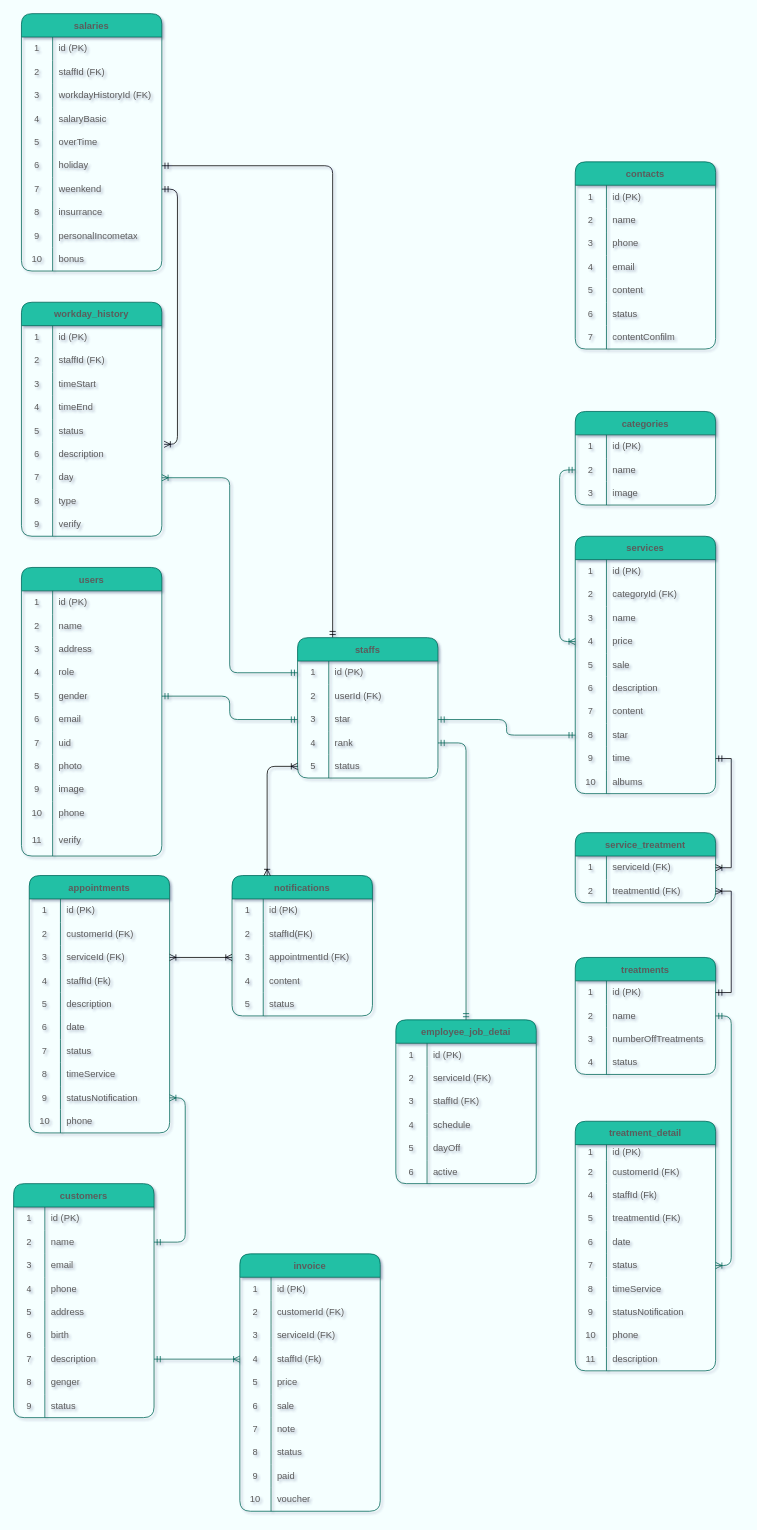
Before: Diagram.drawio in Jarvis219/DATN_SERVER, a draw.io diagram. Source tidied: cells renumbered, new cells numbered last; positions are measured from the earlier drawing's top-left corner, leaving out a move shared by most shapes. Both pictures are drawn from the tidied source at 78%, with x=0, y=0 at pixel (13, 13).
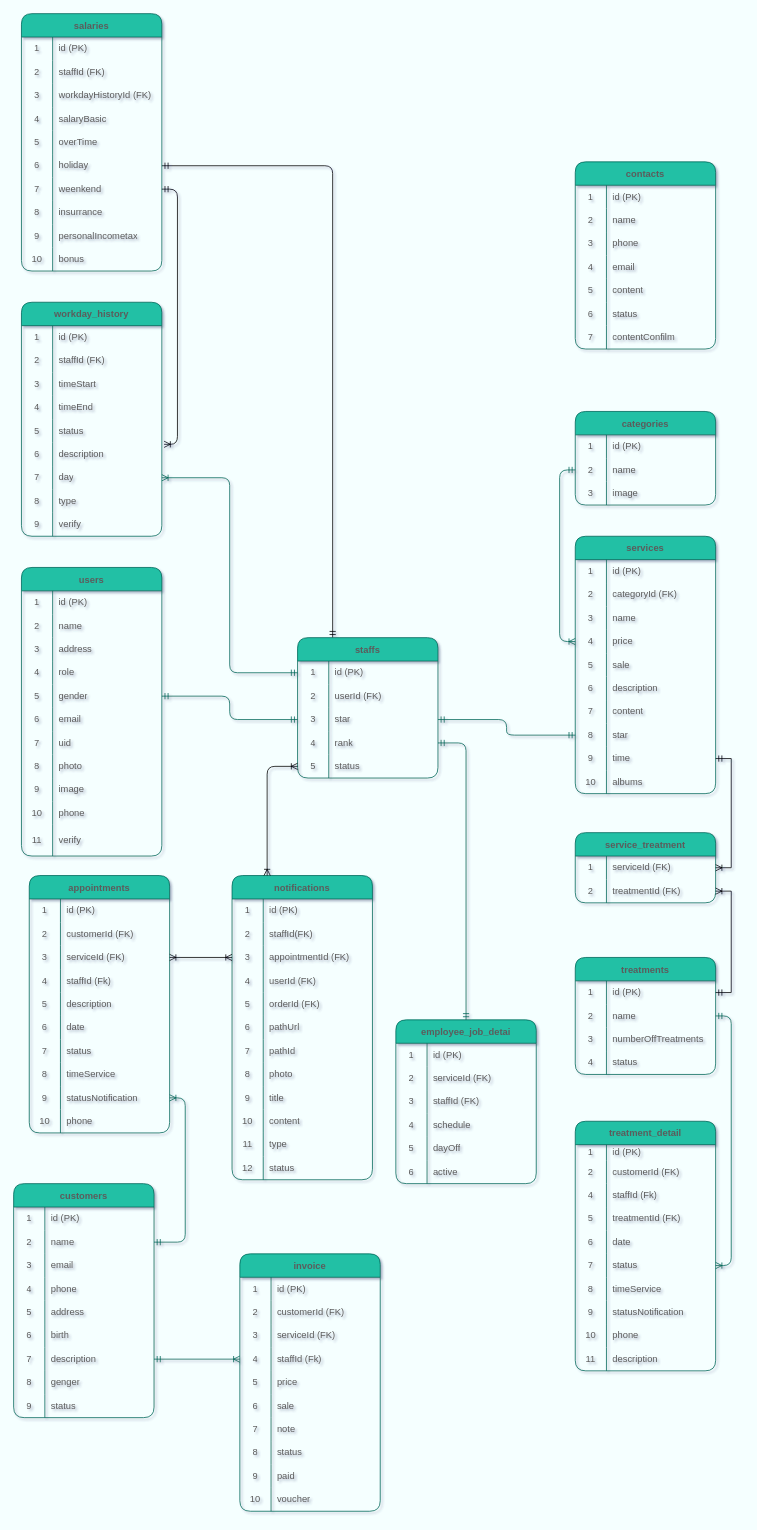
The same diagram, later.

Unchanged cells that the change refers to:
```xml
<mxCell id="300" style="shape=tableRow;horizontal=0;startSize=0;swimlaneHead=0;swimlaneBody=0;top=0;left=0;bottom=0;right=0;fillColor=none;strokeColor=#006658;fontColor=#5C5C5C;rounded=1;" parent="290" vertex="1">
  <mxGeometry y="120" width="180" height="30" as="geometry" />
</mxCell>
<mxCell id="303" style="shape=tableRow;horizontal=0;startSize=0;swimlaneHead=0;swimlaneBody=0;top=0;left=0;bottom=0;right=0;fillColor=none;strokeColor=#006658;fontColor=#5C5C5C;rounded=1;" parent="290" vertex="1">
  <mxGeometry y="150" width="180" height="30" as="geometry" />
</mxCell>
```

The edit, as a diff of the source:
```diff
@@
     <mxCell id="290" value="notifications" style="shape=table;startSize=30;childLayout=tableLayout;rowLines=0;fontStyle=1;fillColor=#21C0A5;strokeColor=#006658;fontColor=#5C5C5C;rounded=1;" parent="1" vertex="1">
-      <mxGeometry x="280" y="1105" width="180" height="180" as="geometry" />
+      <mxGeometry x="280" y="1105" width="180" height="390" as="geometry" />
     </mxCell>
@@
-    <mxCell id="302" value="content" style="shape=partialRectangle;html=1;whiteSpace=wrap;fillColor=none;top=0;left=0;bottom=0;right=0;align=left;spacingLeft=6;overflow=hidden;strokeColor=#006658;fontColor=#5C5C5C;rounded=1;" parent="300" vertex="1">
+    <mxCell id="302" value="userId (FK)" style="shape=partialRectangle;html=1;whiteSpace=wrap;fillColor=none;top=0;left=0;bottom=0;right=0;align=left;spacingLeft=6;overflow=hidden;strokeColor=#006658;fontColor=#5C5C5C;rounded=1;" parent="300" vertex="1">
       <mxGeometry x="40" width="140" height="30" as="geometry" />
     </mxCell>
@@
-    <mxCell id="305" value="status" style="shape=partialRectangle;html=1;whiteSpace=wrap;fillColor=none;top=0;left=0;bottom=0;right=0;align=left;spacingLeft=6;overflow=hidden;strokeColor=#006658;fontColor=#5C5C5C;rounded=1;" parent="303" vertex="1">
+    <mxCell id="305" value="orderId (FK)" style="shape=partialRectangle;html=1;whiteSpace=wrap;fillColor=none;top=0;left=0;bottom=0;right=0;align=left;spacingLeft=6;overflow=hidden;strokeColor=#006658;fontColor=#5C5C5C;rounded=1;" parent="303" vertex="1">
       <mxGeometry x="40" width="140" height="30" as="geometry" />
     </mxCell>
+    <mxCell id="364" style="shape=tableRow;horizontal=0;startSize=0;swimlaneHead=0;swimlaneBody=0;top=0;left=0;bottom=0;right=0;fillColor=none;strokeColor=#006658;fontColor=#5C5C5C;rounded=1;" parent="290" vertex="1">
+      <mxGeometry y="180" width="180" height="30" as="geometry" />
+    </mxCell>
+    <mxCell id="365" value="6" style="shape=partialRectangle;html=1;whiteSpace=wrap;fillColor=none;top=0;left=0;bottom=0;right=0;overflow=hidden;strokeColor=#006658;fontColor=#5C5C5C;rounded=1;" parent="364" vertex="1">
+      <mxGeometry width="40" height="30" as="geometry" />
+    </mxCell>
+    <mxCell id="366" value="pathUrl" style="shape=partialRectangle;html=1;whiteSpace=wrap;fillColor=none;top=0;left=0;bottom=0;right=0;align=left;spacingLeft=6;overflow=hidden;strokeColor=#006658;fontColor=#5C5C5C;rounded=1;" parent="364" vertex="1">
+      <mxGeometry x="40" width="140" height="30" as="geometry" />
+    </mxCell>
+    <mxCell id="367" style="shape=tableRow;horizontal=0;startSize=0;swimlaneHead=0;swimlaneBody=0;top=0;left=0;bottom=0;right=0;fillColor=none;strokeColor=#006658;fontColor=#5C5C5C;rounded=1;" parent="290" vertex="1">
+      <mxGeometry y="210" width="180" height="30" as="geometry" />
+    </mxCell>
+    <mxCell id="368" value="7" style="shape=partialRectangle;html=1;whiteSpace=wrap;fillColor=none;top=0;left=0;bottom=0;right=0;overflow=hidden;strokeColor=#006658;fontColor=#5C5C5C;rounded=1;" parent="367" vertex="1">
+      <mxGeometry width="40" height="30" as="geometry" />
+    </mxCell>
+    <mxCell id="369" value="pathId" style="shape=partialRectangle;html=1;whiteSpace=wrap;fillColor=none;top=0;left=0;bottom=0;right=0;align=left;spacingLeft=6;overflow=hidden;strokeColor=#006658;fontColor=#5C5C5C;rounded=1;" parent="367" vertex="1">
+      <mxGeometry x="40" width="140" height="30" as="geometry" />
+    </mxCell>
+    <mxCell id="370" style="shape=tableRow;horizontal=0;startSize=0;swimlaneHead=0;swimlaneBody=0;top=0;left=0;bottom=0;right=0;fillColor=none;strokeColor=#006658;fontColor=#5C5C5C;rounded=1;" parent="290" vertex="1">
+      <mxGeometry y="240" width="180" height="30" as="geometry" />
+    </mxCell>
+    <mxCell id="371" value="8" style="shape=partialRectangle;html=1;whiteSpace=wrap;fillColor=none;top=0;left=0;bottom=0;right=0;overflow=hidden;strokeColor=#006658;fontColor=#5C5C5C;rounded=1;" parent="370" vertex="1">
+      <mxGeometry width="40" height="30" as="geometry" />
+    </mxCell>
+    <mxCell id="372" value="photo" style="shape=partialRectangle;html=1;whiteSpace=wrap;fillColor=none;top=0;left=0;bottom=0;right=0;align=left;spacingLeft=6;overflow=hidden;strokeColor=#006658;fontColor=#5C5C5C;rounded=1;" parent="370" vertex="1">
+      <mxGeometry x="40" width="140" height="30" as="geometry" />
+    </mxCell>
+    <mxCell id="373" style="shape=tableRow;horizontal=0;startSize=0;swimlaneHead=0;swimlaneBody=0;top=0;left=0;bottom=0;right=0;fillColor=none;strokeColor=#006658;fontColor=#5C5C5C;rounded=1;" parent="290" vertex="1">
+      <mxGeometry y="270" width="180" height="30" as="geometry" />
+    </mxCell>
+    <mxCell id="374" value="9" style="shape=partialRectangle;html=1;whiteSpace=wrap;fillColor=none;top=0;left=0;bottom=0;right=0;overflow=hidden;strokeColor=#006658;fontColor=#5C5C5C;rounded=1;" parent="373" vertex="1">
+      <mxGeometry width="40" height="30" as="geometry" />
+    </mxCell>
+    <mxCell id="375" value="title" style="shape=partialRectangle;html=1;whiteSpace=wrap;fillColor=none;top=0;left=0;bottom=0;right=0;align=left;spacingLeft=6;overflow=hidden;strokeColor=#006658;fontColor=#5C5C5C;rounded=1;" parent="373" vertex="1">
+      <mxGeometry x="40" width="140" height="30" as="geometry" />
+    </mxCell>
+    <mxCell id="376" style="shape=tableRow;horizontal=0;startSize=0;swimlaneHead=0;swimlaneBody=0;top=0;left=0;bottom=0;right=0;fillColor=none;strokeColor=#006658;fontColor=#5C5C5C;rounded=1;" parent="290" vertex="1">
+      <mxGeometry y="300" width="180" height="30" as="geometry" />
+    </mxCell>
+    <mxCell id="377" value="10" style="shape=partialRectangle;html=1;whiteSpace=wrap;fillColor=none;top=0;left=0;bottom=0;right=0;overflow=hidden;strokeColor=#006658;fontColor=#5C5C5C;rounded=1;" parent="376" vertex="1">
+      <mxGeometry width="40" height="30" as="geometry" />
+    </mxCell>
+    <mxCell id="378" value="content" style="shape=partialRectangle;html=1;whiteSpace=wrap;fillColor=none;top=0;left=0;bottom=0;right=0;align=left;spacingLeft=6;overflow=hidden;strokeColor=#006658;fontColor=#5C5C5C;rounded=1;" parent="376" vertex="1">
+      <mxGeometry x="40" width="140" height="30" as="geometry" />
+    </mxCell>
+    <mxCell id="379" style="shape=tableRow;horizontal=0;startSize=0;swimlaneHead=0;swimlaneBody=0;top=0;left=0;bottom=0;right=0;fillColor=none;strokeColor=#006658;fontColor=#5C5C5C;rounded=1;" parent="290" vertex="1">
+      <mxGeometry y="330" width="180" height="30" as="geometry" />
+    </mxCell>
+    <mxCell id="380" value="11" style="shape=partialRectangle;html=1;whiteSpace=wrap;fillColor=none;top=0;left=0;bottom=0;right=0;overflow=hidden;strokeColor=#006658;fontColor=#5C5C5C;rounded=1;" parent="379" vertex="1">
+      <mxGeometry width="40" height="30" as="geometry" />
+    </mxCell>
+    <mxCell id="381" value="type" style="shape=partialRectangle;html=1;whiteSpace=wrap;fillColor=none;top=0;left=0;bottom=0;right=0;align=left;spacingLeft=6;overflow=hidden;strokeColor=#006658;fontColor=#5C5C5C;rounded=1;" parent="379" vertex="1">
+      <mxGeometry x="40" width="140" height="30" as="geometry" />
+    </mxCell>
+    <mxCell id="382" style="shape=tableRow;horizontal=0;startSize=0;swimlaneHead=0;swimlaneBody=0;top=0;left=0;bottom=0;right=0;fillColor=none;strokeColor=#006658;fontColor=#5C5C5C;rounded=1;" parent="290" vertex="1">
+      <mxGeometry y="360" width="180" height="30" as="geometry" />
+    </mxCell>
+    <mxCell id="383" value="12" style="shape=partialRectangle;html=1;whiteSpace=wrap;fillColor=none;top=0;left=0;bottom=0;right=0;overflow=hidden;strokeColor=#006658;fontColor=#5C5C5C;rounded=1;" parent="382" vertex="1">
+      <mxGeometry width="40" height="30" as="geometry" />
+    </mxCell>
+    <mxCell id="384" value="status" style="shape=partialRectangle;html=1;whiteSpace=wrap;fillColor=none;top=0;left=0;bottom=0;right=0;align=left;spacingLeft=6;overflow=hidden;strokeColor=#006658;fontColor=#5C5C5C;rounded=1;" parent="382" vertex="1">
+      <mxGeometry x="40" width="140" height="30" as="geometry" />
+    </mxCell>
```
